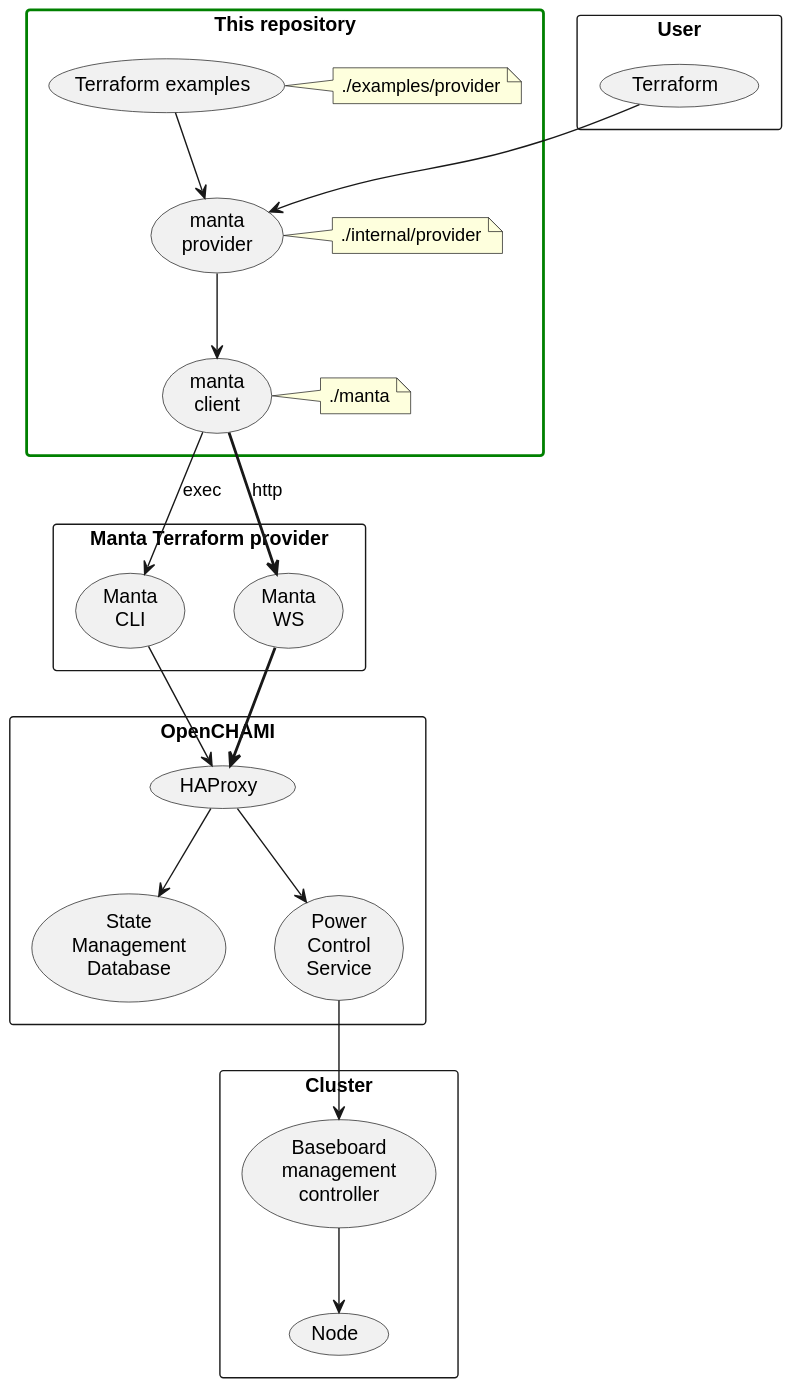
eth-cscs/terraform-provider-manta keeps this PlantUML diagram as assets/deployment-terraform-provider-manta.svg. Above is the earlier version. Its source is kept beside it as assets/deployment-terraform-provider-manta.plantuml.
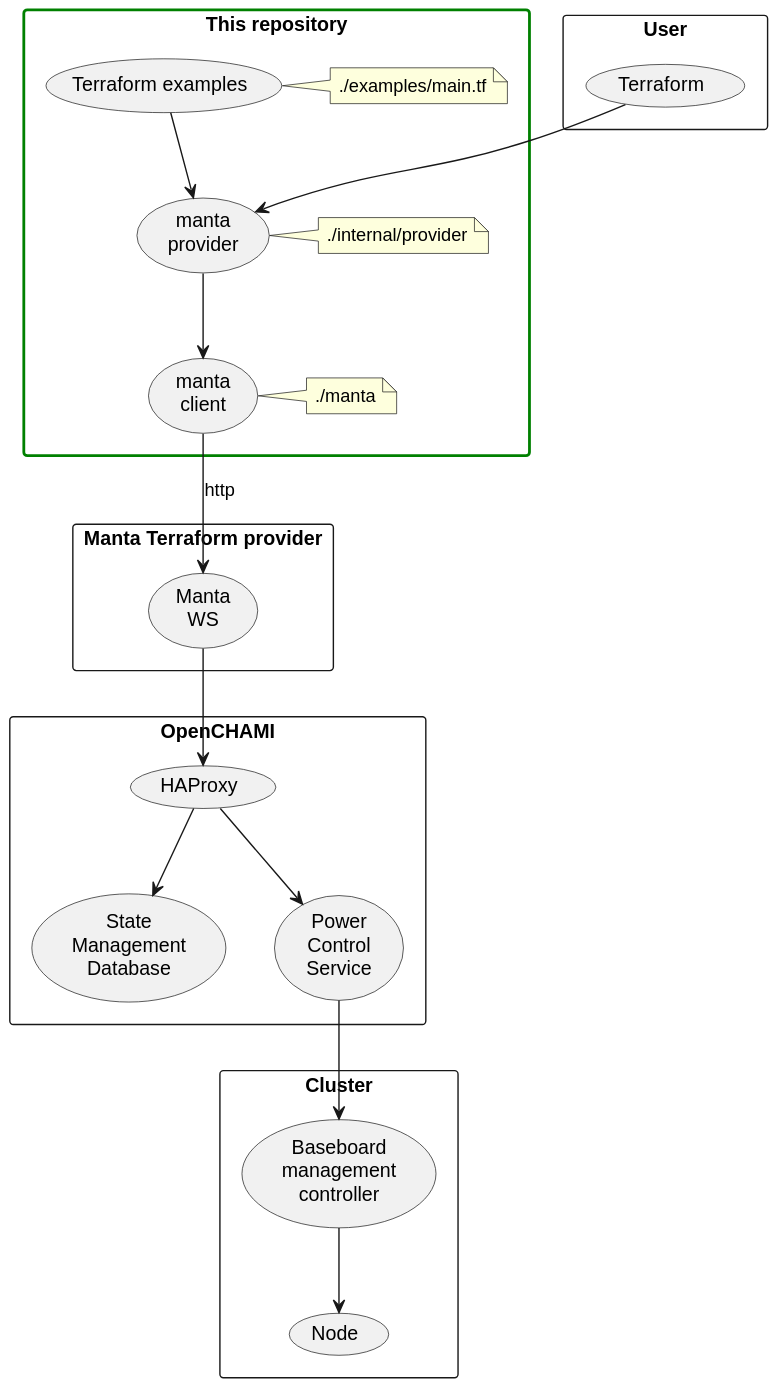
The same diagram one commit later.

Commit message:
chore(diagram): remove manta cli

Diff of the diagram source:
```diff
@@ -6,7 +6,7 @@
 
 rectangle repo as "This repository" #line.bold;line:green {
   (terraform_examples) as "Terraform examples"
-  note right of terraform_examples: ./examples/provider
+  note right of terraform_examples: ./examples/main.tf
   (terraform_manta_provider) as "manta\nprovider"
   note right of terraform_manta_provider: ./internal/provider
   (terraform_manta_client) as "manta\nclient"
@@ -14,7 +14,6 @@
 }
 
 rectangle manta_terraform_provider as "Manta Terraform provider" {
-  (mantacli) as "Manta\nCLI"
   (mantaws) as "Manta\nWS"
 }
 
@@ -32,10 +31,8 @@
 terraform --> terraform_manta_provider
 terraform_examples --> terraform_manta_provider
 terraform_manta_provider --> terraform_manta_client
-terraform_manta_client --> mantacli : exec
-terraform_manta_client --> mantaws #line.bold : http
-mantacli --> haproxy
-mantaws --> haproxy #line.bold
+terraform_manta_client --> mantaws : http
+mantaws --> haproxy
 haproxy --> smd
 haproxy --> pcs
 pcs --> bmc
```
